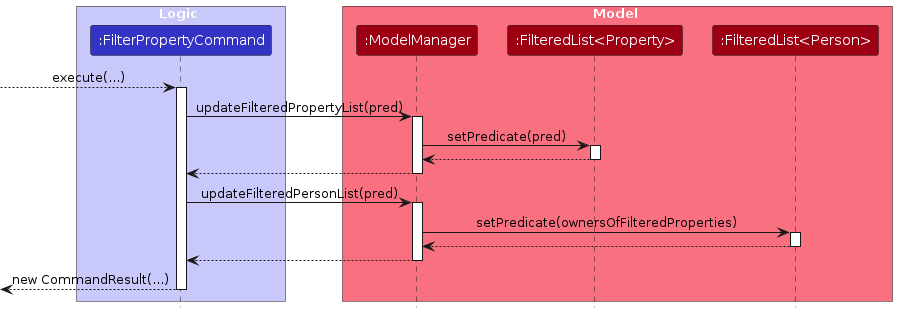
Before: diagrams/FilterPropertySequenceDiagram.png, a diagram exported from PlantUML (AY2526S2-CS2103T-W13-1/tp). Its source is kept beside it as diagrams/FilterPropertySequenceDiagram.puml.
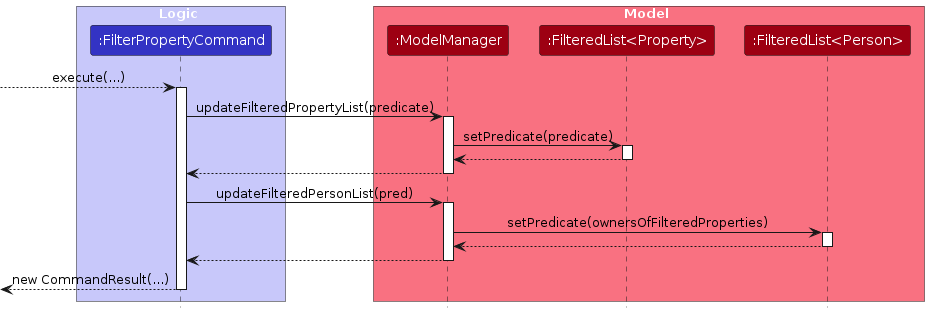
After the change.

Diff of the diagram source:
```diff
@@ -15,10 +15,10 @@
 [-->FilterPropertyCommand : execute(...)
 activate FilterPropertyCommand
 
-FilterPropertyCommand -> ModelManager : updateFilteredPropertyList(pred)
+FilterPropertyCommand -> ModelManager : updateFilteredPropertyList(predicate)
 activate ModelManager
 
-ModelManager -> FilteredProperties : setPredicate(pred)
+ModelManager -> FilteredProperties : setPredicate(predicate)
 activate FilteredProperties
 
 FilteredProperties --> ModelManager
```
